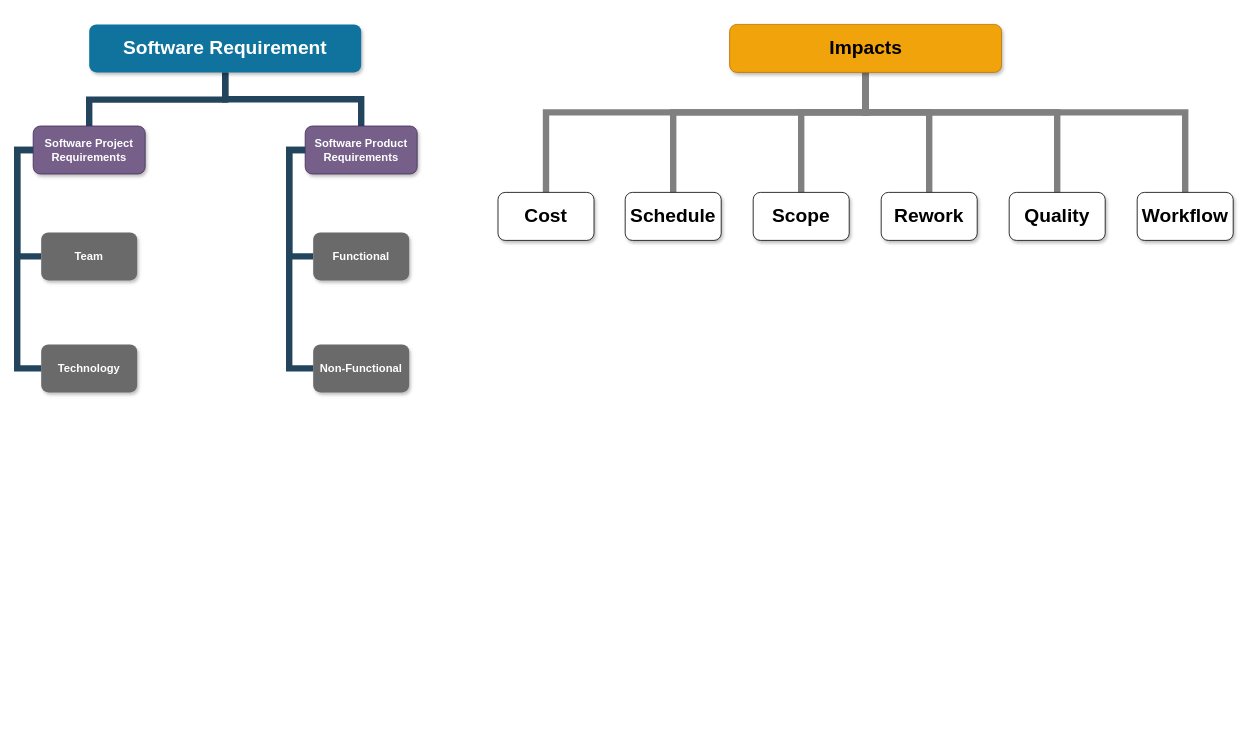
This is Diagrama sem nome.drawio from kamilaantunes/masters-thesis, a draw.io file, before an edit. Source tidied: cells renumbered, new cells numbered last; positions are measured from the earlier drawing's top-left corner, leaving out a move shared by most shapes. Both pictures are drawn from the tidied source at 80%, with x=0, y=0 at pixel (17, 16).
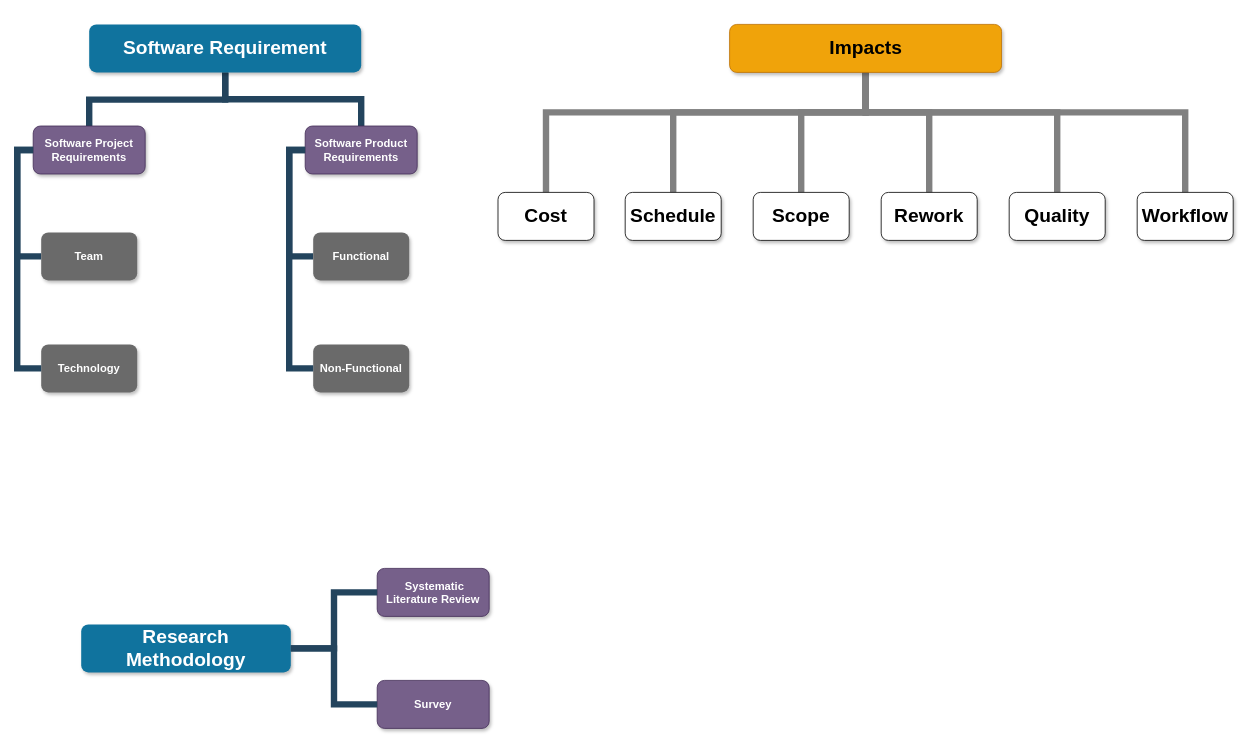
Above is the later version.

Diff of the diagram source:
```diff
@@
+    <mxCell id="29" value="Research Methodology" style="whiteSpace=wrap;rounded=1;shadow=1;fillColor=#10739E;strokeColor=none;fontColor=#FFFFFF;fontStyle=1;fontSize=24;" parent="1" vertex="1">
+      <mxGeometry x="80" y="760" width="262" height="60" as="geometry" />
+    </mxCell>
+    <mxCell id="30" value=" Systematic Literature Review" style="whiteSpace=wrap;rounded=1;fillColor=#76608a;strokeColor=#432D57;shadow=1;fontColor=#ffffff;fontStyle=1;fontSize=14;" parent="1" vertex="1">
+      <mxGeometry x="450" y="690" width="140" height="60" as="geometry" />
+    </mxCell>
+    <mxCell id="31" value="Survey" style="whiteSpace=wrap;rounded=1;fillColor=#76608a;strokeColor=#432D57;shadow=1;fontColor=#ffffff;fontStyle=1;fontSize=14;" parent="1" vertex="1">
+      <mxGeometry x="450" y="830" width="140" height="60" as="geometry" />
+    </mxCell>
+    <mxCell id="32" style="edgeStyle=orthogonalEdgeStyle;rounded=0;jettySize=auto;html=1;strokeColor=#23445D;strokeWidth=8;endArrow=none;endFill=0;entryX=0;entryY=0.5;entryDx=0;entryDy=0;exitX=1;exitY=0.5;exitDx=0;exitDy=0;" parent="1" edge="1" source="29" target="30">
+      <mxGeometry relative="1" as="geometry" />
+    </mxCell>
+    <mxCell id="33" style="edgeStyle=orthogonalEdgeStyle;rounded=0;jettySize=auto;html=1;strokeColor=#23445D;strokeWidth=8;endArrow=none;endFill=0;entryX=0;entryY=0.5;entryDx=0;entryDy=0;exitX=1;exitY=0.5;exitDx=0;exitDy=0;" parent="1" edge="1" source="29" target="31">
+      <mxGeometry relative="1" as="geometry" />
+    </mxCell>
```
